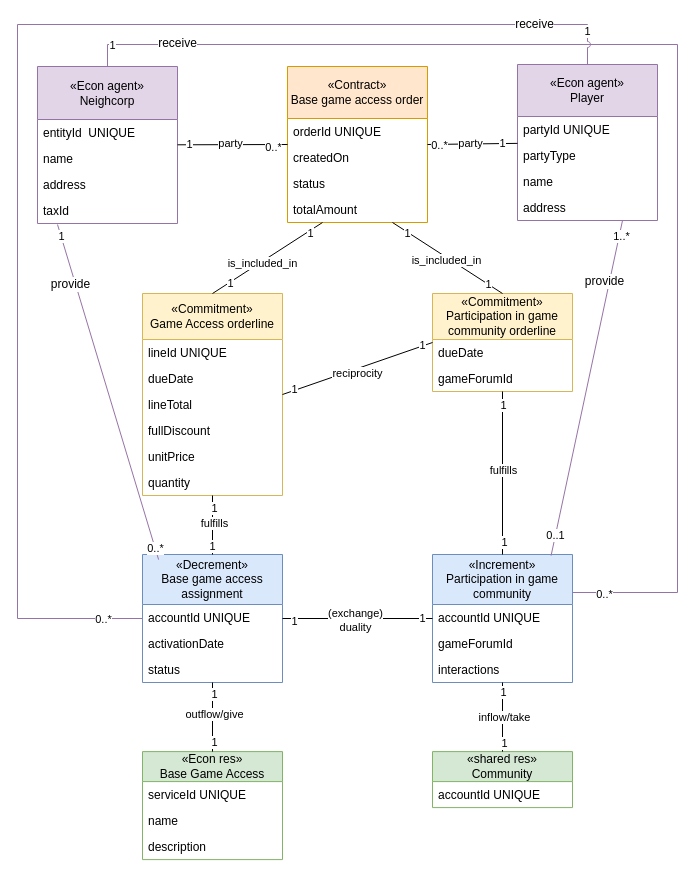
Earlier version of the draw.io diagram page "Base Game Access Exchange" (5 of 13) of media/IS1_Project_REA.drawio (tudwiglemmel/Neigh-Corp---Golden-Meadows). Source tidied: cells renumbered, new cells numbered last; positions are measured from the earlier drawing's top-left corner, leaving out a move shared by most shapes. Both pictures are drawn from the tidied source at 100%, with x=0, y=0 at pixel (17, 24).
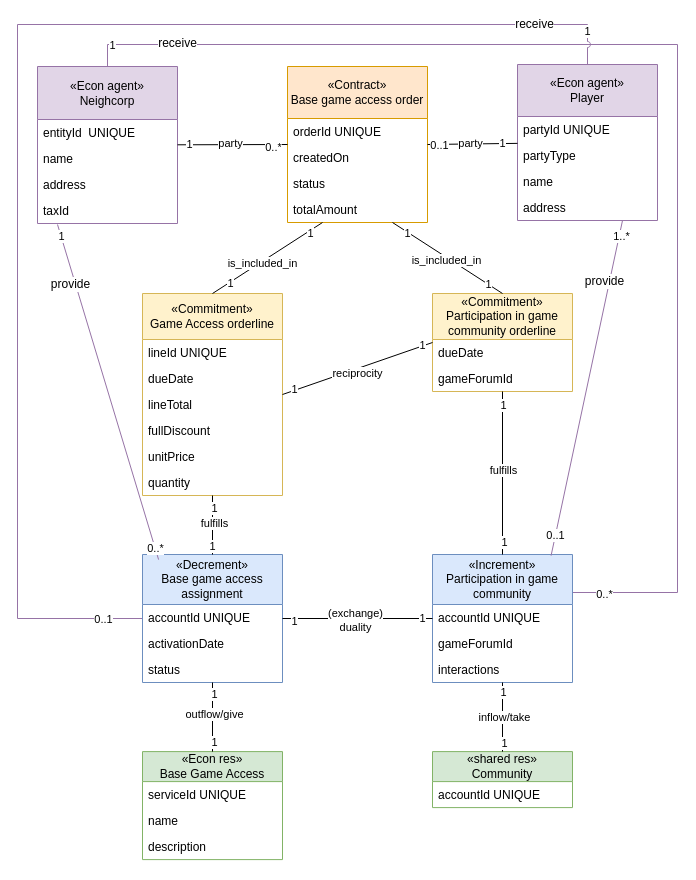
The same diagram, later.

The change refers to these unchanged cells:
```xml
<mxCell id="10" value="receive" style="rounded=0;jettySize=auto;html=1;fontFamily=Helvetica;fontSize=12;fontColor=default;endArrow=none;endFill=0;fillColor=#e1d5e7;strokeColor=#9673a6;edgeStyle=orthogonalEdgeStyle;jumpStyle=arc;" parent="1" edge="1" source="13" target="49">
  <mxGeometry x="-0.86" relative="1" as="geometry">
    <Array as="points">
      <mxPoint x="570" />
      <mxPoint />
      <mxPoint y="594" />
    </Array>
  </mxGeometry>
</mxCell>
<mxCell id="27" style="endArrow=none;html=1;rounded=0;exitX=1;exitY=0.5;exitDx=0;exitDy=0;" parent="1" edge="1" source="18" target="13">
  <mxGeometry relative="1" as="geometry" />
</mxCell>
```

Change to the diagram source:
```diff
@@
-    <mxCell id="11" value="0..*" style="edgeLabel;html=1;align=center;verticalAlign=middle;" parent="10" vertex="1">
+    <mxCell id="11" value="0..1" style="edgeLabel;html=1;align=center;verticalAlign=middle;" parent="10" vertex="1">
       <mxGeometry x="0.94" relative="1" as="geometry" />
     </mxCell>
@@
-    <mxCell id="29" value="0..*" style="edgeLabel;html=1;align=center;verticalAlign=middle;" parent="27" vertex="1">
+    <mxCell id="29" value="0..1" style="edgeLabel;html=1;align=center;verticalAlign=middle;" parent="27" vertex="1">
       <mxGeometry x="-0.76" y="-1" relative="1" as="geometry" />
     </mxCell>
```
